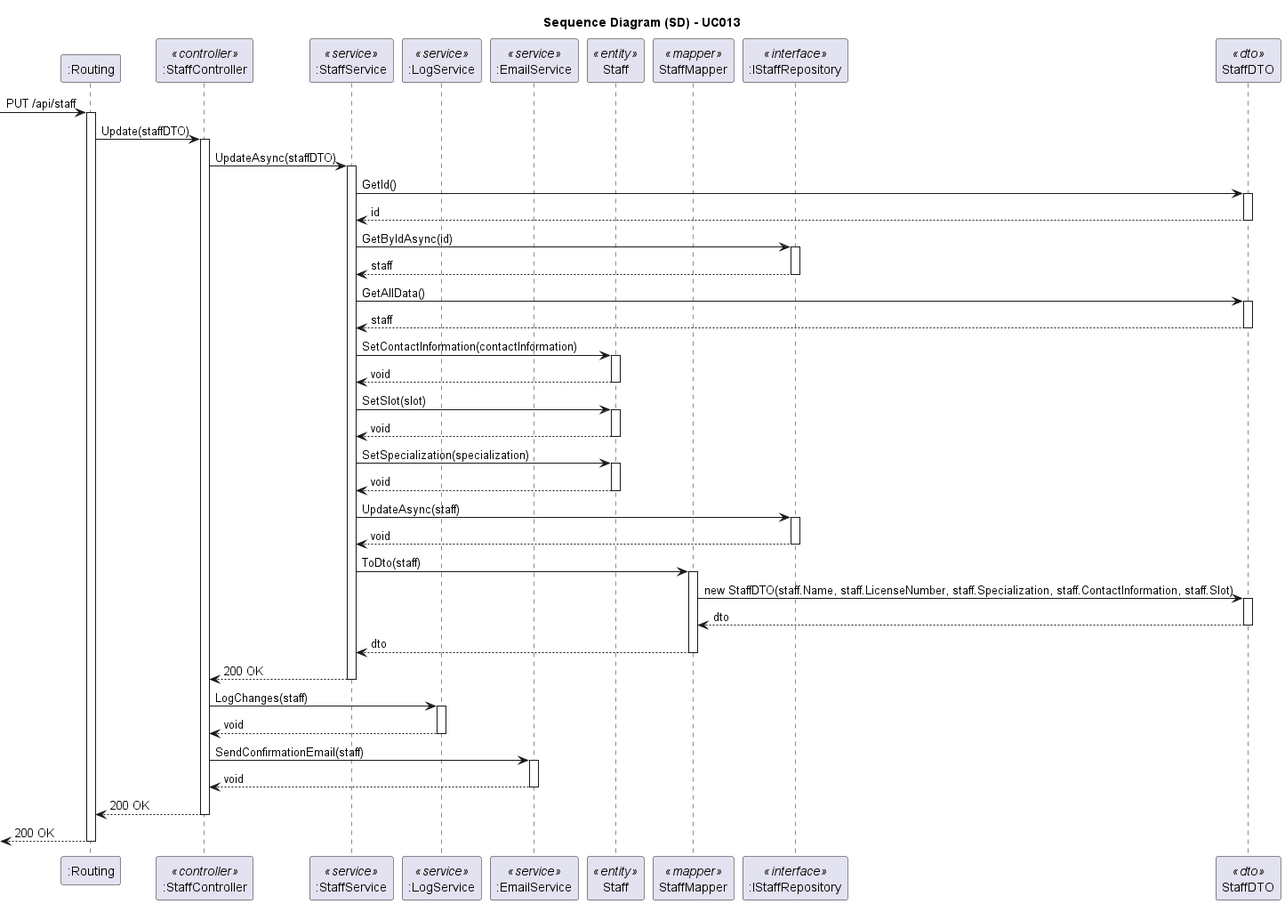
Above: docs/SprintA/UseCases/UC013/03.design/png/uc013-sequence-diagram.png in 1221124/sem5pi-24-25-g031 (PlantUML), before the change.
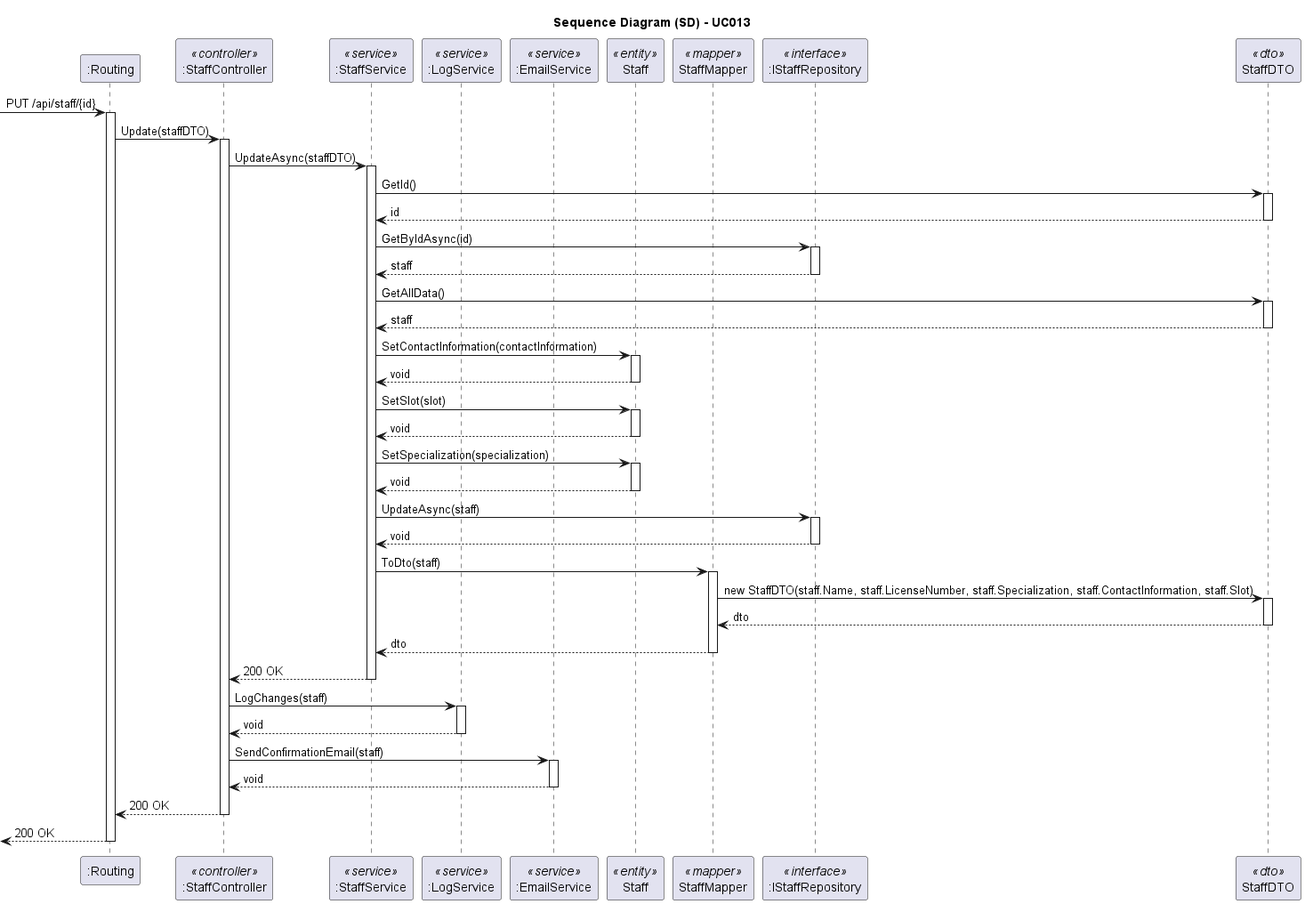
Later version of the same file.

What changed in the source:
```diff
@@ -17,7 +17,7 @@
 participant ":IStaffRepository" as IRepository <<interface>>
 participant "StaffDTO" as StaffDTO <<dto>>
 
--> Routing: PUT /api/staff
+-> Routing: PUT /api/staff/{id}
 activate Routing
 
 Routing -> Controller: Update(staffDTO)
```
